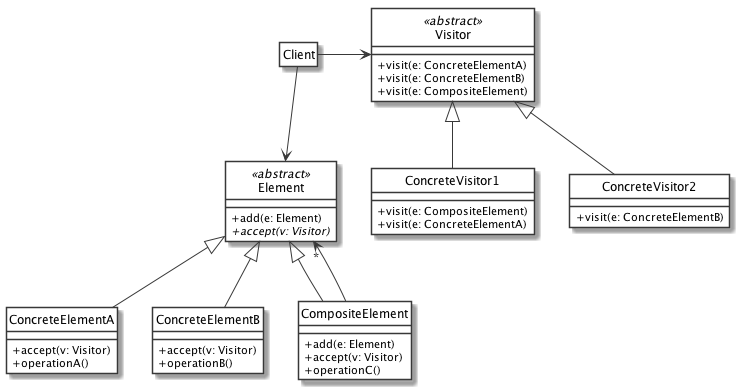
This is DesignPattern/Visitor/Composite/uml/class_diagram.png from dmi-tutorato-ids/materiale, a PlantUML export, as it was before one commit.
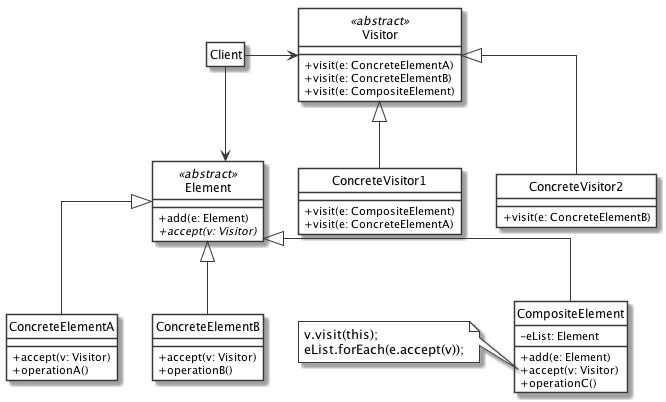
After the change.

Commit message:
doc: update Visitor UML

Diff of the diagram source:
```diff
@@ -4,6 +4,7 @@
 	classBackgroundColor white
 	noteBackgroundColor white
 	classAttributeIconSize 0
+	linetype ortho
 }
 hide circle
 
@@ -23,6 +24,7 @@
 }
 
 class CompositeElement extends Element {
+	- eList: Element
 	+ add(e: Element)
 	+ accept(v: Visitor)
 	+ operationC()
@@ -45,10 +47,13 @@
 
 hide Client members
 
-CompositeElement --> "*" Element
 Element <-down- Client
 Client -right-> Visitor
 
+note left of CompositeElement::accept
+	v.visit(this);
+	eList.forEach(e.accept(v));
+end note
 
 
 @enduml
```
